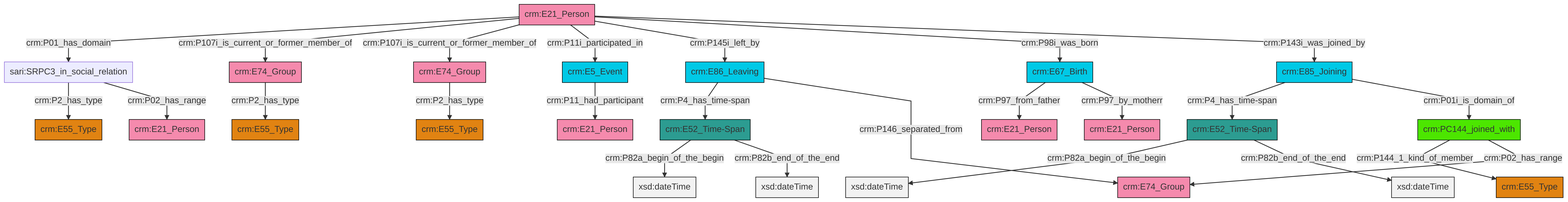
Earlier version of the Mermaid export et/personCSV/ttl/mmd/png/Person_Actor_Relations.png (swiss-art-research-net/reference-data-models). Its source is kept beside it as et/personCSV/ttl/mmd/Person_Actor_Relations.ttl.mmd.
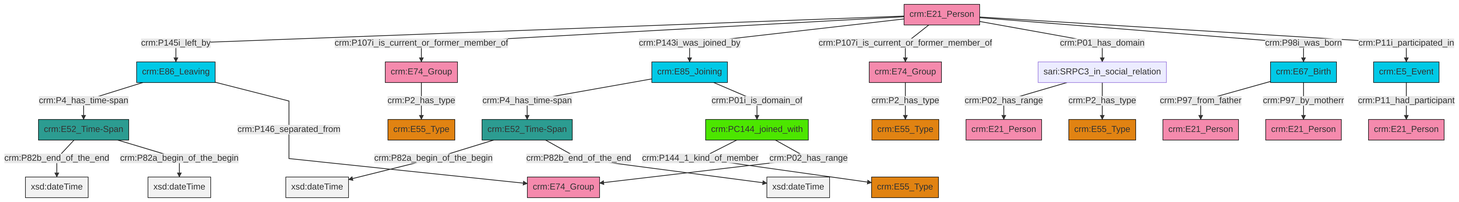
The same file after the commit.

Diff of the diagram source:
```diff
@@ -13,27 +13,27 @@
 classDef PC_Classes fill:#4ce600, stroke:#000000;
 classDef Multi fill:#cccccc,stroke:#000000;
 
-0["crm:E52_Time-Span"]:::Time-Span -->|crm:P82a_begin_of_the_begin| 1[xsd:dateTime]:::Literal
-2["crm:E5_Event"]:::Temporal_Entity -->|crm:P11_had_participant| 3["crm:E21_Person"]:::Actor
-4["crm:E67_Birth"]:::Temporal_Entity -->|crm:P97_from_father| 5["crm:E21_Person"]:::Actor
-6["sari:SRPC3_in_social_relation"]:::Default -->|crm:P2_has_type| 7["crm:E55_Type"]:::Type
-8["crm:E86_Leaving"]:::Temporal_Entity -->|crm:P4_has_time-span| 9["crm:E52_Time-Span"]:::Time-Span
-13["crm:E21_Person"]:::Actor -->|crm:P01_has_domain| 6["sari:SRPC3_in_social_relation"]:::Default
-13["crm:E21_Person"]:::Actor -->|crm:P107i_is_current_or_former_member_of| 14["crm:E74_Group"]:::Actor
-6["sari:SRPC3_in_social_relation"]:::Default -->|crm:P02_has_range| 10["crm:E21_Person"]:::Actor
-9["crm:E52_Time-Span"]:::Time-Span -->|crm:P82a_begin_of_the_begin| 24[xsd:dateTime]:::Literal
-13["crm:E21_Person"]:::Actor -->|crm:P107i_is_current_or_former_member_of| 17["crm:E74_Group"]:::Actor
-13["crm:E21_Person"]:::Actor -->|crm:P11i_participated_in| 2["crm:E5_Event"]:::Temporal_Entity
-14["crm:E74_Group"]:::Actor -->|crm:P2_has_type| 22["crm:E55_Type"]:::Type
-13["crm:E21_Person"]:::Actor -->|crm:P145i_left_by| 8["crm:E86_Leaving"]:::Temporal_Entity
-0["crm:E52_Time-Span"]:::Time-Span -->|crm:P82b_end_of_the_end| 34[xsd:dateTime]:::Literal
-13["crm:E21_Person"]:::Actor -->|crm:P98i_was_born| 4["crm:E67_Birth"]:::Temporal_Entity
-36["crm:PC144_joined_with"]:::PC_Classes -->|crm:P144_1_kind_of_member| 19["crm:E55_Type"]:::Type
-37["crm:E85_Joining"]:::Temporal_Entity -->|crm:P4_has_time-span| 0["crm:E52_Time-Span"]:::Time-Span
-4["crm:E67_Birth"]:::Temporal_Entity -->|crm:P97_by_motherr| 25["crm:E21_Person"]:::Actor
-13["crm:E21_Person"]:::Actor -->|crm:P143i_was_joined_by| 37["crm:E85_Joining"]:::Temporal_Entity
-17["crm:E74_Group"]:::Actor -->|crm:P2_has_type| 28["crm:E55_Type"]:::Type
-36["crm:PC144_joined_with"]:::PC_Classes -->|crm:P02_has_range| 15["crm:E74_Group"]:::Actor
-8["crm:E86_Leaving"]:::Temporal_Entity -->|crm:P146_separated_from| 15["crm:E74_Group"]:::Actor
-9["crm:E52_Time-Span"]:::Time-Span -->|crm:P82b_end_of_the_end| 44[xsd:dateTime]:::Literal
-37["crm:E85_Joining"]:::Temporal_Entity -->|crm:P01i_is_domain_of| 36["crm:PC144_joined_with"]:::PC_Classes
+0["crm:E67_Birth"]:::Temporal_Entity -->|crm:P97_from_father| 6["crm:E21_Person"]:::Actor
+9["crm:E86_Leaving"]:::Temporal_Entity -->|crm:P4_has_time-span| 10["crm:E52_Time-Span"]:::Time-Span
+2["sari:SRPC3_in_social_relation"]:::Default -->|crm:P02_has_range| 11["crm:E21_Person"]:::Actor
+12["crm:E21_Person"]:::Actor -->|crm:P145i_left_by| 9["crm:E86_Leaving"]:::Temporal_Entity
+12["crm:E21_Person"]:::Actor -->|crm:P107i_is_current_or_former_member_of| 13["crm:E74_Group"]:::Actor
+14["crm:E74_Group"]:::Actor -->|crm:P2_has_type| 4["crm:E55_Type"]:::Type
+7["crm:E85_Joining"]:::Temporal_Entity -->|crm:P4_has_time-span| 15["crm:E52_Time-Span"]:::Time-Span
+12["crm:E21_Person"]:::Actor -->|crm:P143i_was_joined_by| 7["crm:E85_Joining"]:::Temporal_Entity
+0["crm:E67_Birth"]:::Temporal_Entity -->|crm:P97_by_motherr| 21["crm:E21_Person"]:::Actor
+9["crm:E86_Leaving"]:::Temporal_Entity -->|crm:P146_separated_from| 24["crm:E74_Group"]:::Actor
+10["crm:E52_Time-Span"]:::Time-Span -->|crm:P82b_end_of_the_end| 25[xsd:dateTime]:::Literal
+12["crm:E21_Person"]:::Actor -->|crm:P107i_is_current_or_former_member_of| 14["crm:E74_Group"]:::Actor
+2["sari:SRPC3_in_social_relation"]:::Default -->|crm:P2_has_type| 26["crm:E55_Type"]:::Type
+12["crm:E21_Person"]:::Actor -->|crm:P01_has_domain| 2["sari:SRPC3_in_social_relation"]:::Default
+12["crm:E21_Person"]:::Actor -->|crm:P98i_was_born| 0["crm:E67_Birth"]:::Temporal_Entity
+15["crm:E52_Time-Span"]:::Time-Span -->|crm:P82a_begin_of_the_begin| 31[xsd:dateTime]:::Literal
+13["crm:E74_Group"]:::Actor -->|crm:P2_has_type| 16["crm:E55_Type"]:::Type
+10["crm:E52_Time-Span"]:::Time-Span -->|crm:P82a_begin_of_the_begin| 34[xsd:dateTime]:::Literal
+35["crm:PC144_joined_with"]:::PC_Classes -->|crm:P144_1_kind_of_member| 18["crm:E55_Type"]:::Type
+35["crm:PC144_joined_with"]:::PC_Classes -->|crm:P02_has_range| 24["crm:E74_Group"]:::Actor
+12["crm:E21_Person"]:::Actor -->|crm:P11i_participated_in| 42["crm:E5_Event"]:::Temporal_Entity
+7["crm:E85_Joining"]:::Temporal_Entity -->|crm:P01i_is_domain_of| 35["crm:PC144_joined_with"]:::PC_Classes
+42["crm:E5_Event"]:::Temporal_Entity -->|crm:P11_had_participant| 29["crm:E21_Person"]:::Actor
+15["crm:E52_Time-Span"]:::Time-Span -->|crm:P82b_end_of_the_end| 45[xsd:dateTime]:::Literal
```
